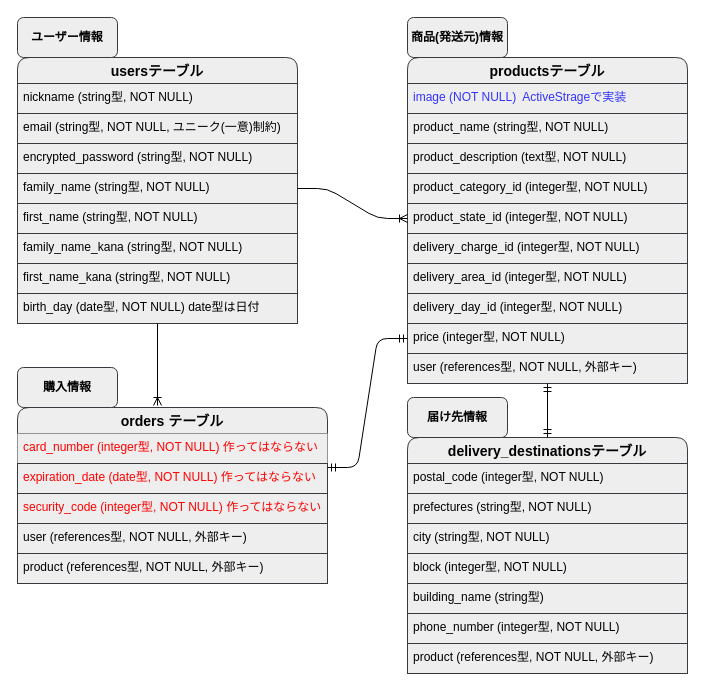
Above: ER図.dio in yoshitarotsuda/furima-37166 (draw.io), before the change. Source tidied: cells renumbered, new cells numbered last; positions are measured from the earlier drawing's top-left corner, leaving out a move shared by most shapes. Both pictures are drawn from the tidied source at 100%, with x=0, y=0 at pixel (17, 17).
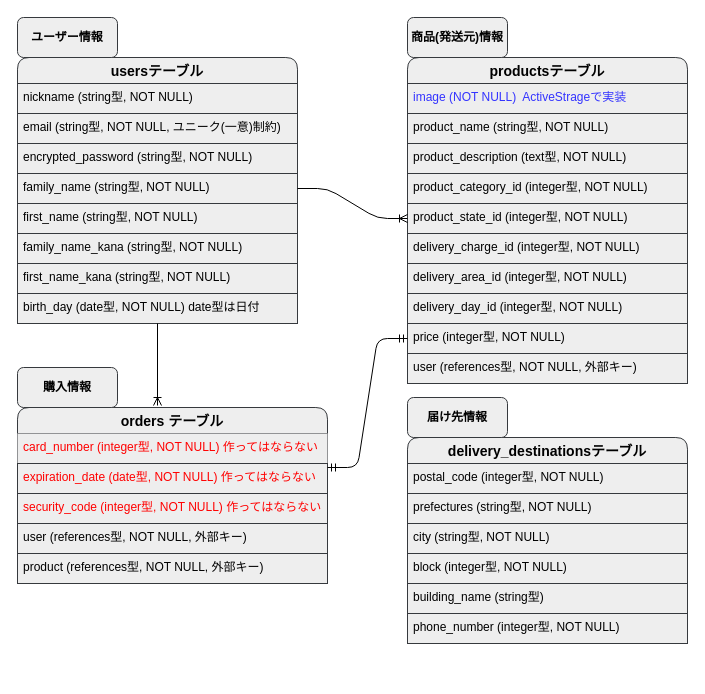
The same page after the edit.

Commit message (it also covers changes not shown here):
商品情報のアソシエーションの修正

The change refers to these unchanged cells:
```xml
<mxCell id="12" value="productsテーブル" style="swimlane;fontStyle=1;horizontal=1;startSize=26;align=center;fontSize=14;rounded=1;labelBackgroundColor=none;fillColor=#eeeeee;strokeColor=#36393d;fontColor=#000000;" parent="1" vertex="1">
  <mxGeometry x="390" y="40" width="280" height="326" as="geometry" />
</mxCell>
```

The edit, as a diff of the source:
```diff
@@
     <mxCell id="30" value="delivery_destinationsテーブル" style="swimlane;fontStyle=1;horizontal=1;startSize=26;align=center;fontSize=14;rounded=1;labelBackgroundColor=none;fillColor=#eeeeee;strokeColor=#36393d;fontColor=#000000;" parent="1" vertex="1">
-      <mxGeometry x="390" y="420" width="280" height="236" as="geometry" />
+      <mxGeometry x="390" y="420" width="280" height="206" as="geometry" />
     </mxCell>
@@
-    <mxCell id="37" value="product (references型, NOT NULL, 外部キー)" style="text;strokeColor=#36393d;fillColor=#eeeeee;spacingLeft=4;spacingRight=4;overflow=hidden;fontSize=12;fontColor=#000000;" parent="30" vertex="1">
-      <mxGeometry y="206" width="280" height="30" as="geometry" />
-    </mxCell>
@@
-    <mxCell id="45" style="fontSize=12;html=1;endArrow=ERmandOne;startArrow=ERmandOne;fontColor=#000000;entryX=0.5;entryY=1;entryDx=0;entryDy=0;exitX=0.5;exitY=0;exitDx=0;exitDy=0;" parent="1" edge="1" source="30" target="12">
-      <mxGeometry relative="1" as="geometry" />
-    </mxCell>
```
